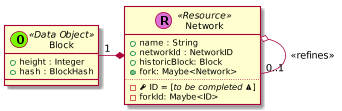
Above: _images/plantuml-4a5fd22b5e8fe51e67d7d35534497242f44d383e.png in trufflesuite/artifact-updates (PlantUML), before the change.
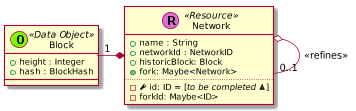
The same file after the commit.

The edit, as a diff of the source:
```diff
@@ -22,7 +22,7 @@
       + historicBlock: Block
       + {method} fork: Maybe<Network>
       ..
-      - {field} <&key> ID = [//to be completed <&warning>//]
+      - {field} <&key> id: ID = [//to be completed <&warning>//]
       - forkId: Maybe<ID>
     }
 
```
